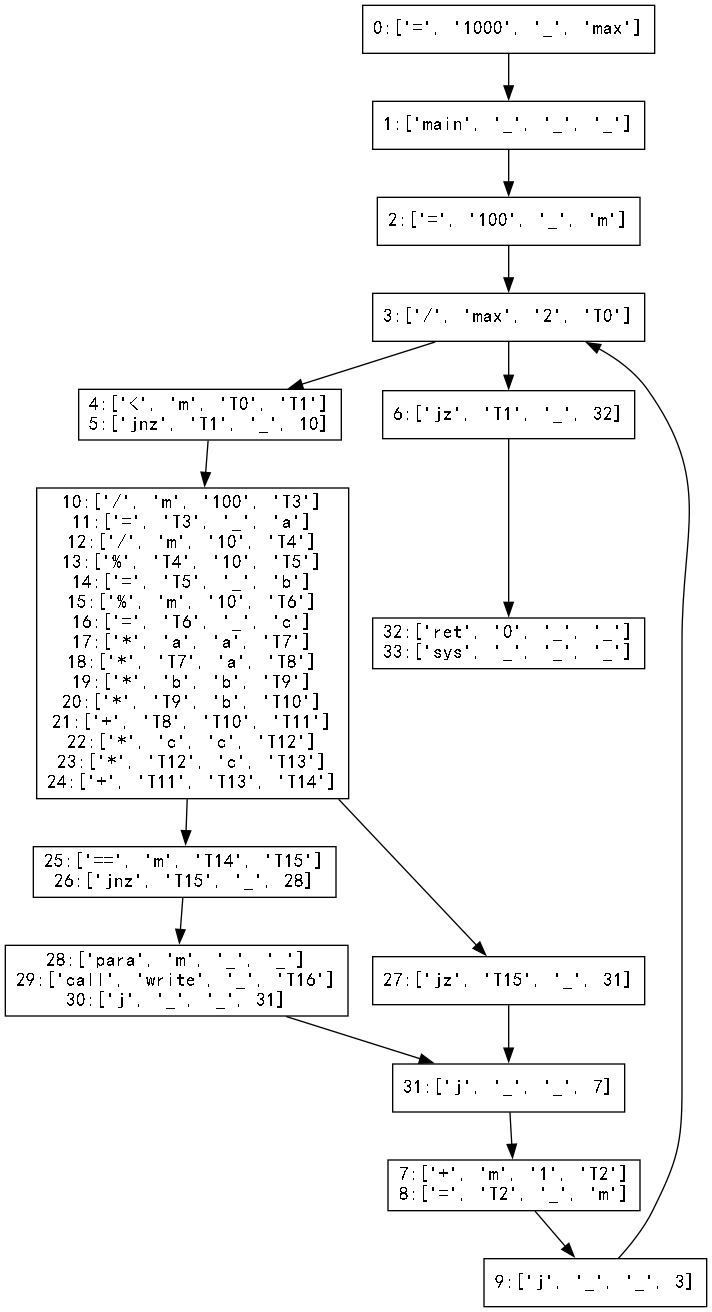
Earlier version of the Graphviz export Basic_Block/basic_block.gv.png (hutao99/compiler). Its source is kept beside it as Basic_Block/basic_block.gv. The source it was exported from:
```dot
digraph "./Basic_Block/basic_block" {
	0 [label="0:['=', '1000', '_', 'max']
" fontname=SimHei shape=rectangle]
	1 [label="1:['main', '_', '_', '_']
" fontname=SimHei shape=rectangle]
	2 [label="2:['=', '100', '_', 'm']
" fontname=SimHei shape=rectangle]
	3 [label="3:['/', 'max', '2', 'T0']
" fontname=SimHei shape=rectangle]
	4 [label="4:['<', 'm', 'T0', 'T1']
5:['jnz', 'T1', '_', 10]
" fontname=SimHei shape=rectangle]
	5 [label="6:['jz', 'T1', '_', 32]
" fontname=SimHei shape=rectangle]
	6 [label="7:['+', 'm', '1', 'T2']
8:['=', 'T2', '_', 'm']
" fontname=SimHei shape=rectangle]
	7 [label="9:['j', '_', '_', 3]
" fontname=SimHei shape=rectangle]
	8 [label="10:['/', 'm', '100', 'T3']
11:['=', 'T3', '_', 'a']
12:['/', 'm', '10', 'T4']
13:['%', 'T4', '10', 'T5']
14:['=', 'T5', '_', 'b']
15:['%', 'm', '10', 'T6']
16:['=', 'T6', '_', 'c']
17:['*', 'a', 'a', 'T7']
18:['*', 'T7', 'a', 'T8']
19:['*', 'b', 'b', 'T9']
20:['*', 'T9', 'b', 'T10']
21:['+', 'T8', 'T10', 'T11']
22:['*', 'c', 'c', 'T12']
23:['*', 'T12', 'c', 'T13']
24:['+', 'T11', 'T13', 'T14']
" fontname=SimHei shape=rectangle]
	9 [label="25:['==', 'm', 'T14', 'T15']
26:['jnz', 'T15', '_', 28]
" fontname=SimHei shape=rectangle]
	10 [label="27:['jz', 'T15', '_', 31]
" fontname=SimHei shape=rectangle]
	11 [label="28:['para', 'm', '_', '_']
29:['call', 'write', '_', 'T16']
30:['j', '_', '_', 31]
" fontname=SimHei shape=rectangle]
	12 [label="31:['j', '_', '_', 7]
" fontname=SimHei shape=rectangle]
	13 [label="32:['ret', '0', '_', '_']
33:['sys', '_', '_', '_']
" fontname=SimHei shape=rectangle]
	0 -> 1
	1 -> 2
	2 -> 3
	3 -> 4
	4 -> 8
	3 -> 5
	5 -> 13
	6 -> 7
	7 -> 3
	8 -> 9
	9 -> 11
	8 -> 10
	10 -> 12
	11 -> 12
	12 -> 6
}
```
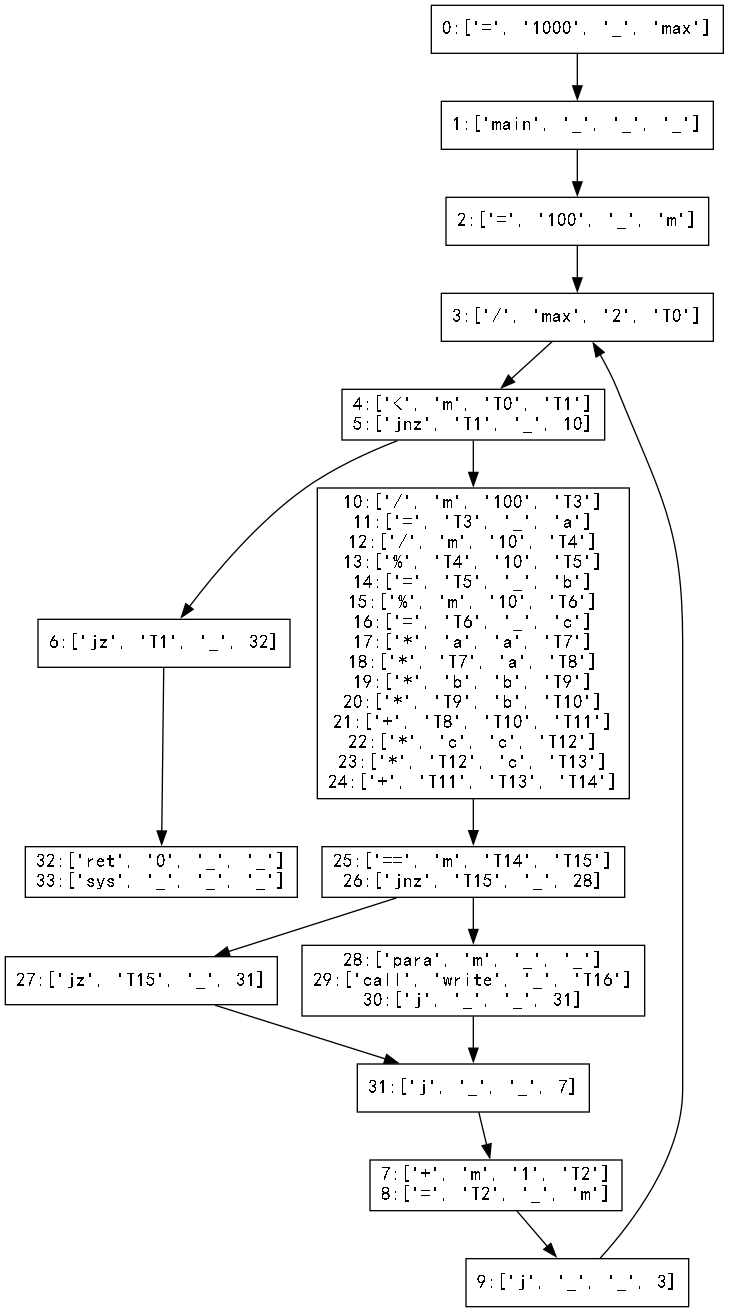
After the commit.

Change to the diagram source:
```diff
@@ -52,13 +52,13 @@
 	2 -> 3
 	3 -> 4
 	4 -> 8
-	3 -> 5
+	4 -> 5
 	5 -> 13
 	6 -> 7
 	7 -> 3
 	8 -> 9
 	9 -> 11
-	8 -> 10
+	9 -> 10
 	10 -> 12
 	11 -> 12
 	12 -> 6
```
